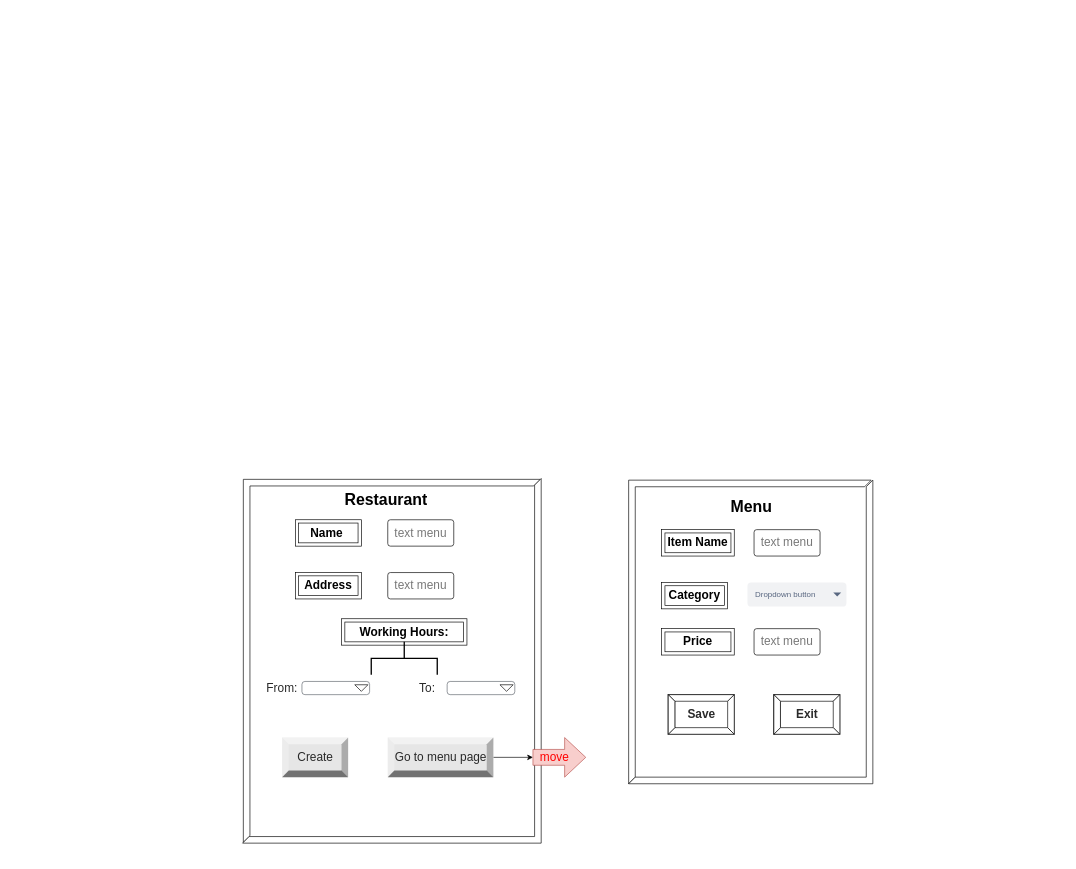
Before: page "UI (Restaurant mangement)" (3 of 7) of docs/model+ui+endpoints.drawio in Uber-Summer-Practice-Sofia-2022/uber-summer-practice-docs-faq, a draw.io diagram. Source tidied: cells renumbered, new cells numbered last; positions are measured from the earlier drawing's top-left corner, leaving out a move shared by most shapes. Both pictures are drawn from the tidied source at 66%, with x=0, y=0 at pixel (209, 479).
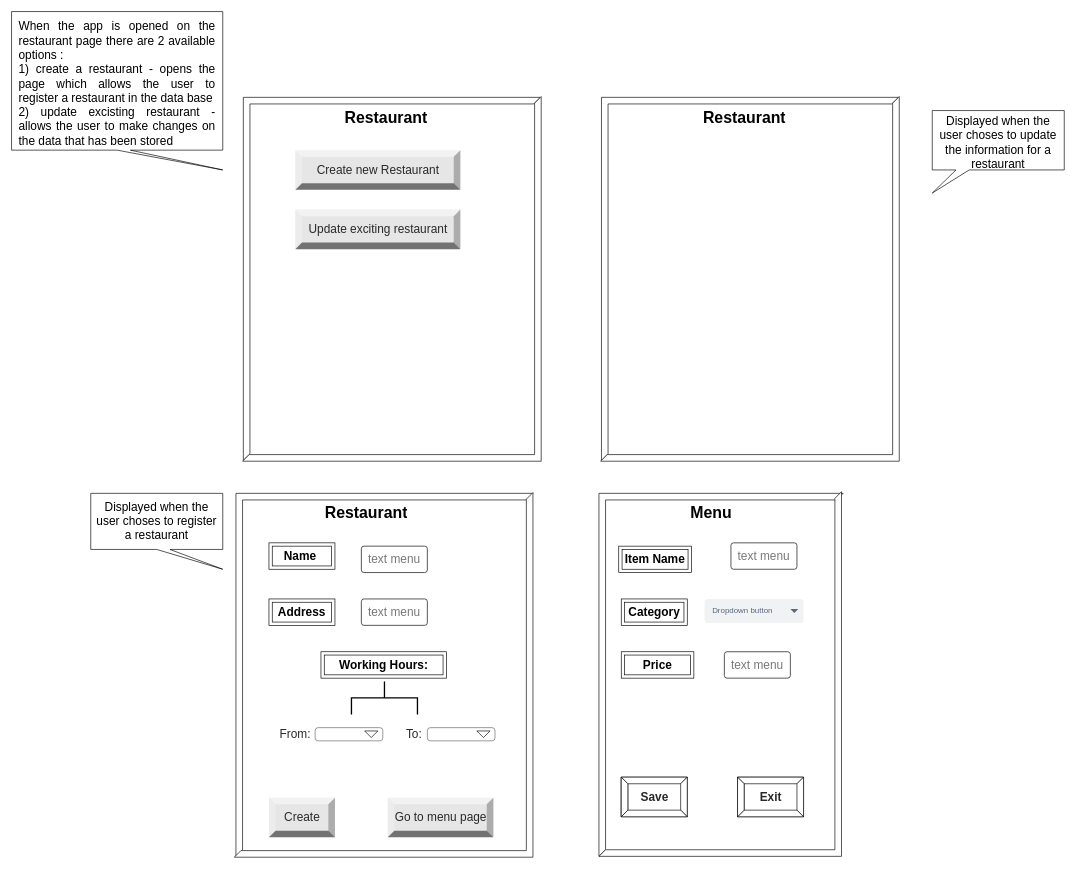
After the change.

What changed in the source:
```diff
@@
     <mxCell id="2" value="&lt;h1&gt;Restaurant&lt;/h1&gt;" style="text;html=1;strokeColor=none;fillColor=none;spacing=5;spacingTop=-20;whiteSpace=wrap;overflow=hidden;rounded=0;" parent="1" vertex="1">
-      <mxGeometry x="200" y="11" width="190" height="120" as="geometry" />
+      <mxGeometry x="170" y="31" width="190" height="120" as="geometry" />
     </mxCell>
     <mxCell id="3" value="&lt;h1&gt;Menu&lt;/h1&gt;" style="text;html=1;strokeColor=none;fillColor=none;spacing=5;spacingTop=-20;whiteSpace=wrap;overflow=hidden;rounded=0;" parent="1" vertex="1">
-      <mxGeometry x="785" y="21" width="190" height="120" as="geometry" />
+      <mxGeometry x="723.8" y="31" width="190" height="120" as="geometry" />
     </mxCell>
     <mxCell id="4" value="&lt;b&gt;&lt;font style=&quot;font-size: 18px;&quot;&gt;Name&amp;nbsp;&lt;/font&gt;&lt;/b&gt;" style="shape=ext;margin=3;double=1;whiteSpace=wrap;html=1;align=center;" parent="1" vertex="1">
-      <mxGeometry x="130" y="61" width="100" height="40" as="geometry" />
+      <mxGeometry x="90" y="96" width="100" height="40" as="geometry" />
     </mxCell>
     <mxCell id="5" value="&lt;font color=&quot;#787878&quot;&gt;text menu&lt;/font&gt;" style="rounded=1;arcSize=10;whiteSpace=wrap;html=1;align=center;fontSize=18;" parent="1" vertex="1">
-      <mxGeometry x="270" y="61" width="100" height="40" as="geometry" />
+      <mxGeometry x="230" y="101" width="100" height="40" as="geometry" />
     </mxCell>
     <mxCell id="6" value="&lt;b&gt;&lt;font style=&quot;font-size: 18px;&quot;&gt;Address&lt;/font&gt;&lt;/b&gt;" style="shape=ext;margin=3;double=1;whiteSpace=wrap;html=1;align=center;" parent="1" vertex="1">
-      <mxGeometry x="130" y="141" width="100" height="40" as="geometry" />
+      <mxGeometry x="90" y="181" width="100" height="40" as="geometry" />
     </mxCell>
     <mxCell id="7" value="&lt;font color=&quot;#787878&quot;&gt;text menu&lt;/font&gt;" style="rounded=1;arcSize=10;whiteSpace=wrap;html=1;align=center;fontSize=18;" parent="1" vertex="1">
-      <mxGeometry x="270" y="141" width="100" height="40" as="geometry" />
+      <mxGeometry x="230" y="181" width="100" height="40" as="geometry" />
     </mxCell>
     <mxCell id="8" value="&lt;b&gt;&lt;font style=&quot;font-size: 18px;&quot;&gt;Working Hours:&lt;/font&gt;&lt;/b&gt;" style="shape=ext;margin=3;double=1;whiteSpace=wrap;html=1;align=center;" parent="1" vertex="1">
-      <mxGeometry x="200" y="211" width="190" height="40" as="geometry" />
+      <mxGeometry x="168.8" y="261" width="190" height="40" as="geometry" />
     </mxCell>
     <mxCell id="9" style="strokeWidth=2;html=1;shape=mxgraph.flowchart.annotation_2;align=left;labelPosition=right;fontSize=18;fontColor=#292929;rotation=90;" parent="1" vertex="1">
-      <mxGeometry x="270" y="221" width="50" height="100" as="geometry" />
+      <mxGeometry x="240" y="281" width="50" height="100" as="geometry" />
     </mxCell>
     <mxCell id="10" value="&lt;b&gt;&lt;font style=&quot;font-size: 18px;&quot;&gt;Item Name&lt;/font&gt;&lt;/b&gt;" style="shape=ext;margin=3;double=1;whiteSpace=wrap;html=1;align=center;" parent="1" vertex="1">
-      <mxGeometry x="685" y="76" width="110" height="40" as="geometry" />
+      <mxGeometry x="620" y="101" width="110" height="40" as="geometry" />
     </mxCell>
     <mxCell id="11" value="&lt;font color=&quot;#787878&quot;&gt;text menu&lt;/font&gt;" style="rounded=1;arcSize=10;whiteSpace=wrap;html=1;align=center;fontSize=18;" parent="1" vertex="1">
-      <mxGeometry x="825" y="76" width="100" height="40" as="geometry" />
+      <mxGeometry x="790" y="96" width="100" height="40" as="geometry" />
     </mxCell>
     <mxCell id="12" value="&lt;b&gt;&lt;font style=&quot;font-size: 18px;&quot;&gt;Category&lt;/font&gt;&lt;/b&gt;" style="shape=ext;margin=3;double=1;whiteSpace=wrap;html=1;align=center;" parent="1" vertex="1">
-      <mxGeometry x="685" y="156" width="100" height="40" as="geometry" />
+      <mxGeometry x="623.8" y="181" width="100" height="40" as="geometry" />
     </mxCell>
     <mxCell id="13" value="&lt;font color=&quot;#292929&quot;&gt;&lt;b&gt;Save&lt;/b&gt;&lt;/font&gt;" style="labelPosition=center;verticalLabelPosition=middle;align=center;html=1;shape=mxgraph.basic.button;dx=10;fontSize=18;fontColor=#787878;" parent="1" vertex="1">
-      <mxGeometry x="695" y="326" width="100" height="60" as="geometry" />
+      <mxGeometry x="623.8" y="451" width="100" height="60" as="geometry" />
     </mxCell>
     <mxCell id="14" value="Dropdown button" style="rounded=1;fillColor=#F1F2F4;strokeColor=none;html=1;fontColor=#596780;align=left;fontSize=12;spacingLeft=10;sketch=0;" parent="1" vertex="1">
-      <mxGeometry x="815" y="156" width="150" height="36.5" as="geometry" />
+      <mxGeometry x="750" y="181" width="150" height="36.5" as="geometry" />
     </mxCell>
@@
     <mxCell id="16" value="&lt;b&gt;&lt;font style=&quot;font-size: 18px;&quot;&gt;Price&lt;/font&gt;&lt;/b&gt;" style="shape=ext;margin=3;double=1;whiteSpace=wrap;html=1;align=center;" parent="1" vertex="1">
-      <mxGeometry x="685" y="226" width="110" height="40" as="geometry" />
+      <mxGeometry x="623.8" y="261" width="110" height="40" as="geometry" />
     </mxCell>
     <mxCell id="17" value="&lt;font color=&quot;#787878&quot;&gt;text menu&lt;/font&gt;" style="rounded=1;arcSize=10;whiteSpace=wrap;html=1;align=center;fontSize=18;" parent="1" vertex="1">
-      <mxGeometry x="825" y="226" width="100" height="40" as="geometry" />
+      <mxGeometry x="780" y="261" width="100" height="40" as="geometry" />
     </mxCell>
     <mxCell id="18" value="&lt;font color=&quot;#292929&quot;&gt;&lt;b&gt;Exit&lt;/b&gt;&lt;/font&gt;" style="labelPosition=center;verticalLabelPosition=middle;align=center;html=1;shape=mxgraph.basic.button;dx=10;fontSize=18;fontColor=#787878;" parent="1" vertex="1">
-      <mxGeometry x="855" y="326" width="100" height="60" as="geometry" />
+      <mxGeometry x="800" y="451" width="100" height="60" as="geometry" />
     </mxCell>
     <mxCell id="19" style="verticalLabelPosition=bottom;verticalAlign=top;html=1;shape=mxgraph.basic.frame_corner;dx=10;fontSize=18;fontColor=#292929;" parent="1" vertex="1">
-      <mxGeometry x="51.2" y="-0.2" width="450" height="550" as="geometry" />
+      <mxGeometry x="40" y="21" width="450" height="550" as="geometry" />
     </mxCell>
     <mxCell id="20" style="verticalLabelPosition=bottom;verticalAlign=top;html=1;shape=mxgraph.basic.frame_corner;dx=10;fontSize=18;fontColor=#292929;rotation=90;direction=south;" parent="1" vertex="1">
-      <mxGeometry y="48.5" width="552.5" height="452.5" as="geometry" />
+      <mxGeometry x="-12.5" y="69.8" width="552.5" height="452.5" as="geometry" />
     </mxCell>
     <mxCell id="21" value="From:" style="text;html=1;strokeColor=none;fillColor=none;align=center;verticalAlign=middle;whiteSpace=wrap;rounded=0;fontSize=18;fontColor=#292929;" parent="1" vertex="1">
-      <mxGeometry x="80" y="301" width="60" height="30" as="geometry" />
+      <mxGeometry x="100" y="371" width="60" height="30" as="geometry" />
     </mxCell>
     <mxCell id="22" value="Create" style="labelPosition=center;verticalLabelPosition=middle;align=center;html=1;shape=mxgraph.basic.shaded_button;dx=10;fillColor=#E6E6E6;strokeColor=none;fontSize=18;fontColor=#292929;" parent="1" vertex="1">
-      <mxGeometry x="110" y="391" width="100" height="60" as="geometry" />
+      <mxGeometry x="90" y="482.2" width="100" height="60" as="geometry" />
     </mxCell>
     <mxCell id="23" style="html=1;overflow=block;blockSpacing=1;whiteSpace=wrap;fontSize=13;spacing=3.8;strokeColor=#3a414a;strokeOpacity=100;rounded=1;absoluteArcSize=1;arcSize=9;strokeWidth=0.8;" parent="1" vertex="1">
-      <mxGeometry x="140" y="306" width="102.5" height="20" as="geometry" />
+      <mxGeometry x="160" y="376" width="102.5" height="20" as="geometry" />
     </mxCell>
     <mxCell id="24" style="triangle;whiteSpace=wrap;html=1;fontSize=18;fontColor=#292929;rotation=90;" parent="1" vertex="1">
-      <mxGeometry x="225" y="306" width="10" height="20" as="geometry" />
+      <mxGeometry x="240" y="376" width="10" height="20" as="geometry" />
     </mxCell>
     <mxCell id="25" value="To:" style="text;html=1;strokeColor=none;fillColor=none;align=center;verticalAlign=middle;whiteSpace=wrap;rounded=0;fontSize=18;fontColor=#292929;" parent="1" vertex="1">
-      <mxGeometry x="300" y="301" width="60" height="30" as="geometry" />
+      <mxGeometry x="280" y="371" width="60" height="30" as="geometry" />
     </mxCell>
     <mxCell id="26" style="html=1;overflow=block;blockSpacing=1;whiteSpace=wrap;fontSize=13;spacing=3.8;strokeColor=#3a414a;strokeOpacity=100;rounded=1;absoluteArcSize=1;arcSize=9;strokeWidth=0.8;" parent="1" vertex="1">
-      <mxGeometry x="360" y="306" width="102.5" height="20" as="geometry" />
+      <mxGeometry x="330" y="376" width="102.5" height="20" as="geometry" />
     </mxCell>
     <mxCell id="27" style="triangle;whiteSpace=wrap;html=1;fontSize=18;fontColor=#292929;rotation=90;" parent="1" vertex="1">
-      <mxGeometry x="445" y="306" width="10" height="20" as="geometry" />
+      <mxGeometry x="410" y="376" width="10" height="20" as="geometry" />
     </mxCell>
-    <mxCell id="28" style="edgeStyle=orthogonalEdgeStyle;rounded=0;jettySize=auto;html=1;fontSize=18;fontColor=#292929;" parent="1" edge="1" source="29" target="30">
-      <mxGeometry relative="1" as="geometry" />
-    </mxCell>
     <mxCell id="29" value="Go to menu page" style="labelPosition=center;verticalLabelPosition=middle;align=center;html=1;shape=mxgraph.basic.shaded_button;dx=10;fillColor=#E6E6E6;strokeColor=none;fontSize=18;fontColor=#292929;" parent="1" vertex="1">
-      <mxGeometry x="270" y="391" width="160" height="60" as="geometry" />
+      <mxGeometry x="270" y="482.2" width="160" height="60" as="geometry" />
     </mxCell>
-    <mxCell id="30" style="shape=singleArrow;whiteSpace=wrap;html=1;arrowWidth=0.4;arrowSize=0.4;fontSize=18;fillColor=#f8cecc;strokeColor=#b85450;" parent="1" vertex="1">
-      <mxGeometry x="490" y="391" width="80" height="60" as="geometry" />
-    </mxCell>
-    <mxCell id="31" value="&lt;font color=&quot;#ff0000&quot;&gt;move&lt;/font&gt;" style="text;html=1;strokeColor=none;fillColor=none;align=center;verticalAlign=middle;whiteSpace=wrap;rounded=0;fontSize=18;fontColor=#292929;" parent="1" vertex="1">
-      <mxGeometry x="492.5" y="406" width="60" height="30" as="geometry" />
-    </mxCell>
     <mxCell id="32" style="verticalLabelPosition=bottom;verticalAlign=top;html=1;shape=mxgraph.basic.frame_corner;dx=10;fontSize=18;fontColor=#292929;" parent="1" vertex="1">
-      <mxGeometry x="635" y="1" width="367.5" height="460" as="geometry" />
+      <mxGeometry x="590" y="21" width="370" height="550" as="geometry" />
     </mxCell>
     <mxCell id="33" style="verticalLabelPosition=bottom;verticalAlign=top;html=1;shape=mxgraph.basic.frame_corner;dx=10;fontSize=18;fontColor=#292929;rotation=90;direction=south;" parent="1" vertex="1">
-      <mxGeometry x="590" y="46" width="460" height="370" as="geometry" />
+      <mxGeometry x="497.5" y="111" width="552.5" height="367.5" as="geometry" />
     </mxCell>
+    <mxCell id="34" value="&lt;h1&gt;Restaurant&lt;/h1&gt;" style="text;html=1;strokeColor=none;fillColor=none;spacing=5;spacingTop=-20;whiteSpace=wrap;overflow=hidden;rounded=0;" parent="1" vertex="1">
+      <mxGeometry x="200" y="-567.8" width="190" height="120" as="geometry" />
+    </mxCell>
+    <mxCell id="35" style="verticalLabelPosition=bottom;verticalAlign=top;html=1;shape=mxgraph.basic.frame_corner;dx=10;fontSize=18;fontColor=#292929;" parent="1" vertex="1">
+      <mxGeometry x="51.2" y="-579" width="450" height="550" as="geometry" />
+    </mxCell>
+    <mxCell id="36" style="verticalLabelPosition=bottom;verticalAlign=top;html=1;shape=mxgraph.basic.frame_corner;dx=10;fontSize=18;fontColor=#292929;rotation=90;direction=south;" parent="1" vertex="1">
+      <mxGeometry y="-530.2" width="552.5" height="452.5" as="geometry" />
+    </mxCell>
+    <mxCell id="37" value="Create new Restaurant" style="labelPosition=center;verticalLabelPosition=middle;align=center;html=1;shape=mxgraph.basic.shaded_button;dx=10;fillColor=#E6E6E6;strokeColor=none;fontSize=18;fontColor=#292929;" parent="1" vertex="1">
+      <mxGeometry x="130" y="-499" width="250" height="60" as="geometry" />
+    </mxCell>
+    <mxCell id="38" style="shape=callout;whiteSpace=wrap;html=1;perimeter=calloutPerimeter;fontSize=18;fontColor=#FF0000;position2=1;" parent="1" vertex="1">
+      <mxGeometry x="-300" y="-709" width="320" height="240" as="geometry" />
+    </mxCell>
+    <mxCell id="39" value="&lt;div style=&quot;text-align: justify;&quot;&gt;&lt;span style=&quot;color: rgb(0, 0, 0); background-color: initial;&quot;&gt;When the app is opened on the restaurant page there are 2 available options :&amp;nbsp;&lt;/span&gt;&lt;/div&gt;&lt;font color=&quot;#000000&quot;&gt;&lt;div style=&quot;text-align: justify;&quot;&gt;&lt;span style=&quot;background-color: initial;&quot;&gt;1) create a restaurant - opens the page which allows the user to register a restaurant in the data base&lt;/span&gt;&lt;/div&gt;&lt;div style=&quot;text-align: justify;&quot;&gt;&lt;span style=&quot;background-color: initial;&quot;&gt;2) update excisting restaurant - allows the user to make changes on the data that has been stored&amp;nbsp;&lt;/span&gt;&lt;/div&gt;&lt;/font&gt;" style="text;html=1;strokeColor=none;fillColor=none;align=center;verticalAlign=middle;whiteSpace=wrap;rounded=0;fontSize=18;fontColor=#FF0000;" parent="1" vertex="1">
+      <mxGeometry x="-290" y="-649" width="300" height="100" as="geometry" />
+    </mxCell>
+    <mxCell id="40" value="Update exciting restaurant" style="labelPosition=center;verticalLabelPosition=middle;align=center;html=1;shape=mxgraph.basic.shaded_button;dx=10;fillColor=#E6E6E6;strokeColor=none;fontSize=18;fontColor=#292929;" parent="1" vertex="1">
+      <mxGeometry x="130" y="-409" width="250" height="60" as="geometry" />
+    </mxCell>
+    <mxCell id="41" style="shape=callout;whiteSpace=wrap;html=1;perimeter=calloutPerimeter;fontSize=18;fontColor=#000000;position2=1;" parent="1" vertex="1">
+      <mxGeometry x="-180" y="21" width="200" height="115" as="geometry" />
+    </mxCell>
+    <mxCell id="42" value="Displayed when the user choses to register a restaurant" style="text;html=1;strokeColor=none;fillColor=none;align=center;verticalAlign=middle;whiteSpace=wrap;rounded=0;fontSize=18;fontColor=#000000;" parent="1" vertex="1">
+      <mxGeometry x="-175" y="48.5" width="190" height="30" as="geometry" />
+    </mxCell>
+    <mxCell id="43" value="&lt;h1&gt;Restaurant&lt;/h1&gt;" style="text;html=1;strokeColor=none;fillColor=none;spacing=5;spacingTop=-20;whiteSpace=wrap;overflow=hidden;rounded=0;" parent="1" vertex="1">
+      <mxGeometry x="742.5" y="-567.8" width="190" height="120" as="geometry" />
+    </mxCell>
+    <mxCell id="44" style="verticalLabelPosition=bottom;verticalAlign=top;html=1;shape=mxgraph.basic.frame_corner;dx=10;fontSize=18;fontColor=#292929;" parent="1" vertex="1">
+      <mxGeometry x="593.8" y="-579" width="450" height="550" as="geometry" />
+    </mxCell>
+    <mxCell id="45" style="verticalLabelPosition=bottom;verticalAlign=top;html=1;shape=mxgraph.basic.frame_corner;dx=10;fontSize=18;fontColor=#292929;rotation=90;direction=south;" parent="1" vertex="1">
+      <mxGeometry x="542.5" y="-530.2" width="552.5" height="452.5" as="geometry" />
+    </mxCell>
+    <mxCell id="46" style="shape=callout;whiteSpace=wrap;html=1;perimeter=calloutPerimeter;fontSize=18;fontColor=#000000;position2=0;size=35;position=0.18;" parent="1" vertex="1">
+      <mxGeometry x="1095" y="-559" width="200" height="125" as="geometry" />
+    </mxCell>
+    <mxCell id="47" value="Displayed when the user choses to update the information for a restaurant" style="text;html=1;strokeColor=none;fillColor=none;align=center;verticalAlign=middle;whiteSpace=wrap;rounded=0;fontSize=18;fontColor=#000000;" parent="1" vertex="1">
+      <mxGeometry x="1100" y="-529" width="190" height="37.5" as="geometry" />
+    </mxCell>
```
